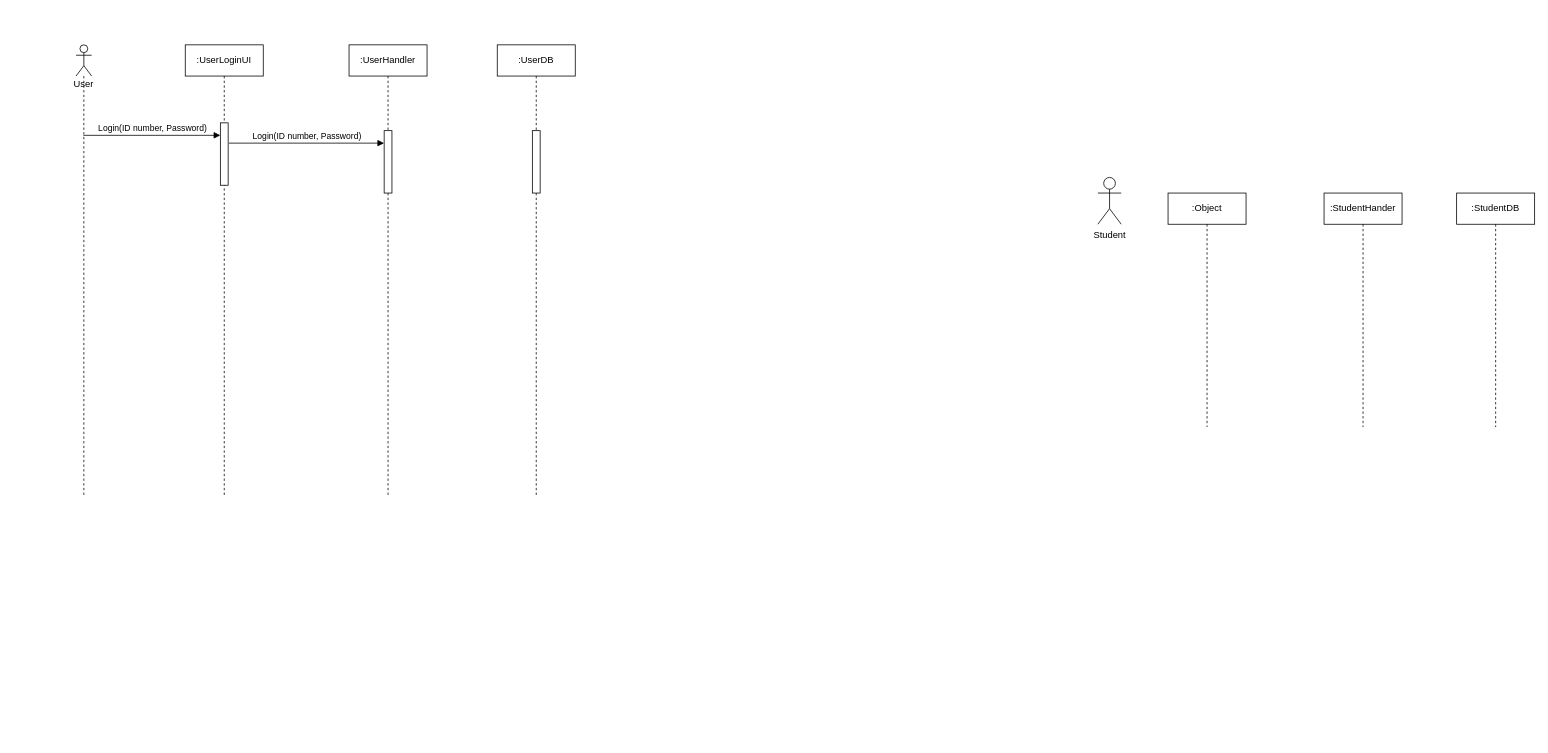
This is Untitled Diagram.drawio from Tharindu-Samarakoon/Draw.io, a draw.io file, before an edit. Source tidied: cells renumbered, new cells numbered last; positions are measured from the earlier drawing's top-left corner, leaving out a move shared by most shapes. Both pictures are drawn from the tidied source at 78%, with x=0, y=0 at pixel (76, 44).
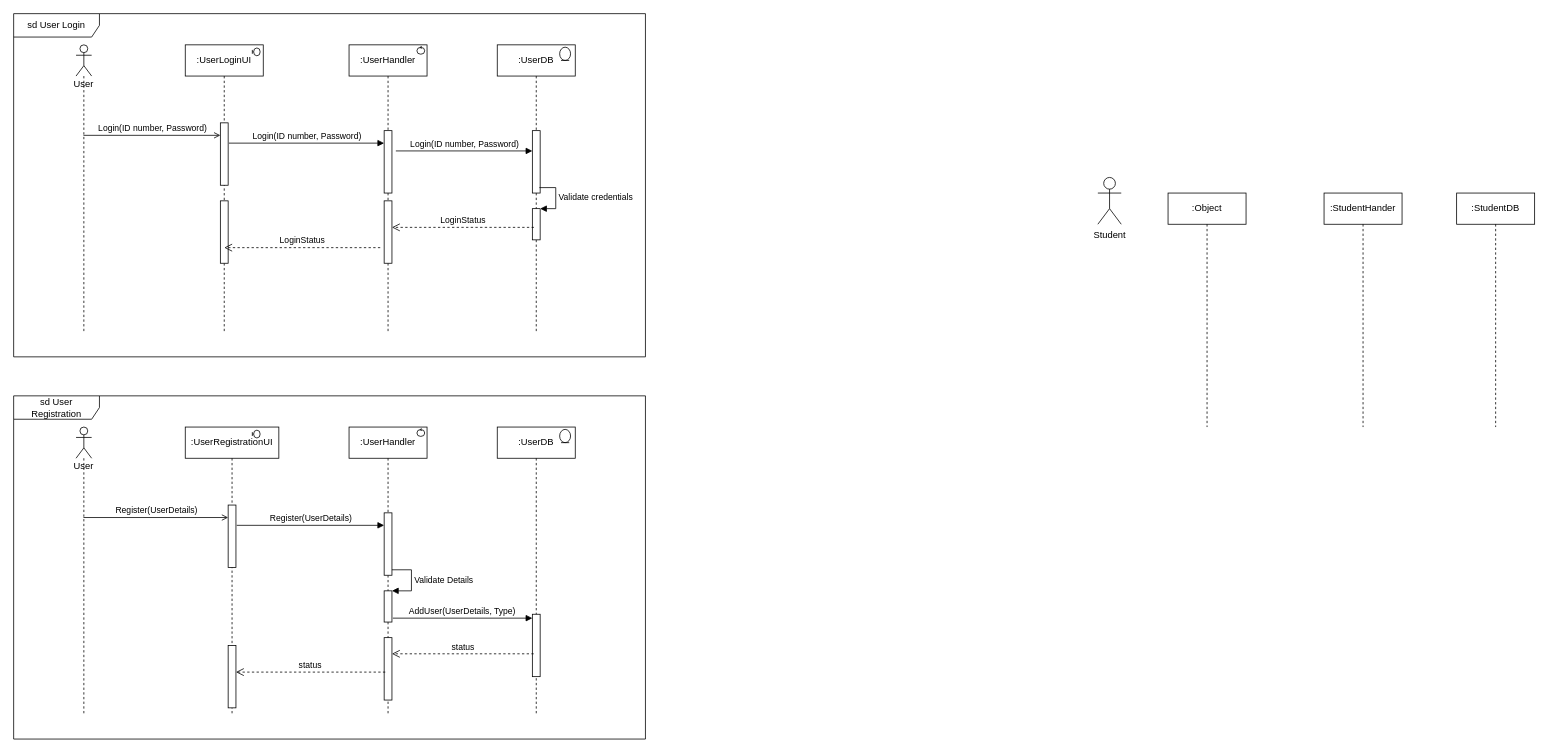
Above is the later version.

The change refers to these unchanged cells:
```xml
<mxCell id="7" style="html=1;points=[];perimeter=orthogonalPerimeter;" parent="6" vertex="1">
  <mxGeometry x="45" y="100" width="10" height="80" as="geometry" />
</mxCell>
<mxCell id="11" style="html=1;points=[];perimeter=orthogonalPerimeter;" parent="10" vertex="1">
  <mxGeometry x="45" y="110" width="10" height="80" as="geometry" />
</mxCell>
```

Diff of the diagram source:
```diff
@@
+    <mxCell id="15" value="sd User Login" style="shape=umlFrame;whiteSpace=wrap;html=1;width=110;height=30;" parent="1" vertex="1">
+      <mxGeometry x="-80" y="-40" width="810" height="440" as="geometry" />
+    </mxCell>
@@
     <mxCell id="6" value=":UserLoginUI" style="shape=umlLifeline;perimeter=lifelinePerimeter;whiteSpace=wrap;html=1;" parent="1" vertex="1">
-      <mxGeometry x="140" width="100" height="580" as="geometry" />
+      <mxGeometry x="140" width="100" height="370" as="geometry" />
     </mxCell>
@@
+    <mxCell id="16" style="html=1;perimeter=orthogonalPerimeter;" parent="6" vertex="1">
+      <mxGeometry x="45" y="200" width="10" height="80" as="geometry" />
+    </mxCell>
+    <mxCell id="17" style="shape=umlBoundary;whiteSpace=wrap;html=1;" parent="6" vertex="1">
+      <mxGeometry x="86" y="4" width="10" height="10" as="geometry" />
+    </mxCell>
     <mxCell id="8" value=":UserHandler" style="shape=umlLifeline;perimeter=lifelinePerimeter;whiteSpace=wrap;html=1;" parent="1" vertex="1">
-      <mxGeometry x="350" width="100" height="580" as="geometry" />
+      <mxGeometry x="350" width="100" height="370" as="geometry" />
     </mxCell>
@@
+    <mxCell id="18" style="html=1;points=[];perimeter=orthogonalPerimeter;" parent="8" vertex="1">
+      <mxGeometry x="45" y="200" width="10" height="80" as="geometry" />
+    </mxCell>
+    <mxCell id="19" style="ellipse;shape=umlControl;whiteSpace=wrap;html=1;" parent="8" vertex="1">
+      <mxGeometry x="87" y="2" width="10" height="10" as="geometry" />
+    </mxCell>
     <mxCell id="10" value=":UserDB" style="shape=umlLifeline;perimeter=lifelinePerimeter;whiteSpace=wrap;html=1;" parent="1" vertex="1">
-      <mxGeometry x="540" width="100" height="580" as="geometry" />
+      <mxGeometry x="540" width="100" height="370" as="geometry" />
     </mxCell>
@@
+    <mxCell id="20" style="html=1;points=[];perimeter=orthogonalPerimeter;" parent="10" vertex="1">
+      <mxGeometry x="45" y="210" width="10" height="40" as="geometry" />
+    </mxCell>
+    <mxCell id="21" value="Validate credentials" style="edgeStyle=orthogonalEdgeStyle;html=1;align=left;spacingLeft=2;endArrow=block;rounded=0;entryX=1;entryY=0;exitX=0.9;exitY=0.913;exitDx=0;exitDy=0;exitPerimeter=0;" parent="10" edge="1" source="11" target="20">
+      <mxGeometry relative="1" as="geometry">
+        <Array as="points">
+          <mxPoint x="75" y="183" />
+          <mxPoint x="75" y="210" />
+        </Array>
+      </mxGeometry>
+    </mxCell>
+    <mxCell id="22" style="ellipse;shape=umlEntity;whiteSpace=wrap;html=1;" parent="10" vertex="1">
+      <mxGeometry x="80" y="3" width="14" height="17" as="geometry" />
+    </mxCell>
     <mxCell id="12" value="User" style="shape=umlLifeline;participant=umlActor;perimeter=lifelinePerimeter;whiteSpace=wrap;html=1;verticalAlign=top;spacingTop=36;outlineConnect=0;" parent="1" vertex="1">
-      <mxGeometry width="20" height="580" as="geometry" />
+      <mxGeometry width="20" height="370" as="geometry" />
     </mxCell>
-    <mxCell id="13" value="Login(ID number, Password)" style="html=1;verticalAlign=bottom;endArrow=block;rounded=0;entryX=0;entryY=0.2;entryDx=0;entryDy=0;entryPerimeter=0;" parent="1" edge="1" source="12" target="7">
+    <mxCell id="13" value="Login(ID number, Password)" style="html=1;verticalAlign=bottom;endArrow=open;rounded=0;entryX=0;entryY=0.2;entryDx=0;entryDy=0;entryPerimeter=0;endFill=0;" parent="1" edge="1" source="12" target="7">
       <mxGeometry relative="1" as="geometry" />
     </mxCell>
@@
+    <mxCell id="23" value="Login(ID number, Password)" style="html=1;verticalAlign=bottom;endArrow=block;rounded=0;entryX=0;entryY=0.325;entryDx=0;entryDy=0;entryPerimeter=0;" parent="1" edge="1" target="11">
+      <mxGeometry relative="1" as="geometry">
+        <mxPoint x="410" y="136" as="sourcePoint" />
+      </mxGeometry>
+    </mxCell>
+    <mxCell id="24" value="LoginStatus" style="html=1;verticalAlign=bottom;endArrow=open;dashed=1;endSize=8;rounded=0;exitX=0.2;exitY=0.6;exitDx=0;exitDy=0;exitPerimeter=0;" parent="1" edge="1" source="20" target="18">
+      <mxGeometry relative="1" as="geometry" />
+    </mxCell>
+    <mxCell id="25" value="LoginStatus" style="html=1;verticalAlign=bottom;endArrow=open;dashed=1;endSize=8;rounded=0;exitX=-0.5;exitY=0.75;exitDx=0;exitDy=0;exitPerimeter=0;" parent="1" edge="1" source="18">
+      <mxGeometry relative="1" as="geometry">
+        <mxPoint x="190" y="260" as="targetPoint" />
+      </mxGeometry>
+    </mxCell>
+    <mxCell id="26" value="sd User Registration" style="shape=umlFrame;whiteSpace=wrap;html=1;width=110;height=30;" parent="1" vertex="1">
+      <mxGeometry x="-80" y="450" width="810" height="440" as="geometry" />
+    </mxCell>
+    <mxCell id="27" value=":UserRegistrationUI" style="shape=umlLifeline;perimeter=lifelinePerimeter;whiteSpace=wrap;html=1;" parent="1" vertex="1">
+      <mxGeometry x="140" y="490" width="120" height="370" as="geometry" />
+    </mxCell>
+    <mxCell id="28" style="html=1;points=[];perimeter=orthogonalPerimeter;" parent="27" vertex="1">
+      <mxGeometry x="55" y="100" width="10" height="80" as="geometry" />
+    </mxCell>
+    <mxCell id="29" style="shape=umlBoundary;whiteSpace=wrap;html=1;" parent="27" vertex="1">
+      <mxGeometry x="86" y="4" width="10" height="10" as="geometry" />
+    </mxCell>
+    <mxCell id="30" style="html=1;points=[];perimeter=orthogonalPerimeter;" parent="27" vertex="1">
+      <mxGeometry x="55" y="280" width="10" height="80" as="geometry" />
+    </mxCell>
+    <mxCell id="31" value=":UserHandler" style="shape=umlLifeline;perimeter=lifelinePerimeter;whiteSpace=wrap;html=1;" parent="1" vertex="1">
+      <mxGeometry x="350" y="490" width="100" height="370" as="geometry" />
+    </mxCell>
+    <mxCell id="32" style="html=1;points=[];perimeter=orthogonalPerimeter;" parent="31" vertex="1">
+      <mxGeometry x="45" y="110" width="10" height="80" as="geometry" />
+    </mxCell>
+    <mxCell id="33" style="ellipse;shape=umlControl;whiteSpace=wrap;html=1;" parent="31" vertex="1">
+      <mxGeometry x="87" y="2" width="10" height="10" as="geometry" />
+    </mxCell>
+    <mxCell id="34" style="html=1;points=[];perimeter=orthogonalPerimeter;" parent="31" vertex="1">
+      <mxGeometry x="45" y="210" width="10" height="40" as="geometry" />
+    </mxCell>
+    <mxCell id="35" value="Validate Details" style="edgeStyle=orthogonalEdgeStyle;html=1;align=left;spacingLeft=2;endArrow=block;rounded=0;entryX=1;entryY=0;" parent="31" edge="1" source="32" target="34">
+      <mxGeometry relative="1" as="geometry">
+        <Array as="points">
+          <mxPoint x="80" y="183" />
+          <mxPoint x="80" y="210" />
+        </Array>
+      </mxGeometry>
+    </mxCell>
+    <mxCell id="36" style="html=1;points=[];perimeter=orthogonalPerimeter;" parent="31" vertex="1">
+      <mxGeometry x="45" y="270" width="10" height="80" as="geometry" />
+    </mxCell>
+    <mxCell id="37" value=":UserDB" style="shape=umlLifeline;perimeter=lifelinePerimeter;whiteSpace=wrap;html=1;" parent="1" vertex="1">
+      <mxGeometry x="540" y="490" width="100" height="370" as="geometry" />
+    </mxCell>
+    <mxCell id="38" style="html=1;points=[];perimeter=orthogonalPerimeter;" parent="37" vertex="1">
+      <mxGeometry x="45" y="240" width="10" height="80" as="geometry" />
+    </mxCell>
+    <mxCell id="39" style="ellipse;shape=umlEntity;whiteSpace=wrap;html=1;" parent="37" vertex="1">
+      <mxGeometry x="80" y="3" width="14" height="17" as="geometry" />
+    </mxCell>
+    <mxCell id="40" value="User" style="shape=umlLifeline;participant=umlActor;perimeter=lifelinePerimeter;whiteSpace=wrap;html=1;verticalAlign=top;spacingTop=36;outlineConnect=0;" parent="1" vertex="1">
+      <mxGeometry y="490" width="20" height="370" as="geometry" />
+    </mxCell>
+    <mxCell id="41" value="Register(UserDetails)" style="html=1;verticalAlign=bottom;endArrow=open;rounded=0;entryX=0;entryY=0.2;entryDx=0;entryDy=0;entryPerimeter=0;endFill=0;" parent="1" edge="1" source="40" target="28">
+      <mxGeometry relative="1" as="geometry" />
+    </mxCell>
+    <mxCell id="42" value="Register(UserDetails)" style="html=1;verticalAlign=bottom;endArrow=block;rounded=0;exitX=1.1;exitY=0.325;exitDx=0;exitDy=0;exitPerimeter=0;" parent="1" edge="1" source="28" target="32">
+      <mxGeometry relative="1" as="geometry" />
+    </mxCell>
+    <mxCell id="43" value="AddUser(UserDetails, Type)" style="html=1;verticalAlign=bottom;endArrow=block;rounded=0;exitX=1.114;exitY=0.875;exitDx=0;exitDy=0;exitPerimeter=0;" parent="1" edge="1" source="34" target="38">
+      <mxGeometry relative="1" as="geometry" />
+    </mxCell>
+    <mxCell id="44" value="status" style="html=1;verticalAlign=bottom;endArrow=open;dashed=1;endSize=8;rounded=0;exitX=0.171;exitY=0.634;exitDx=0;exitDy=0;exitPerimeter=0;" parent="1" edge="1" source="38" target="36">
+      <mxGeometry relative="1" as="geometry" />
+    </mxCell>
+    <mxCell id="45" value="status" style="html=1;verticalAlign=bottom;endArrow=open;dashed=1;endSize=8;rounded=0;exitX=0.143;exitY=0.552;exitDx=0;exitDy=0;exitPerimeter=0;" parent="1" edge="1" source="36" target="30">
+      <mxGeometry relative="1" as="geometry" />
+    </mxCell>
```
